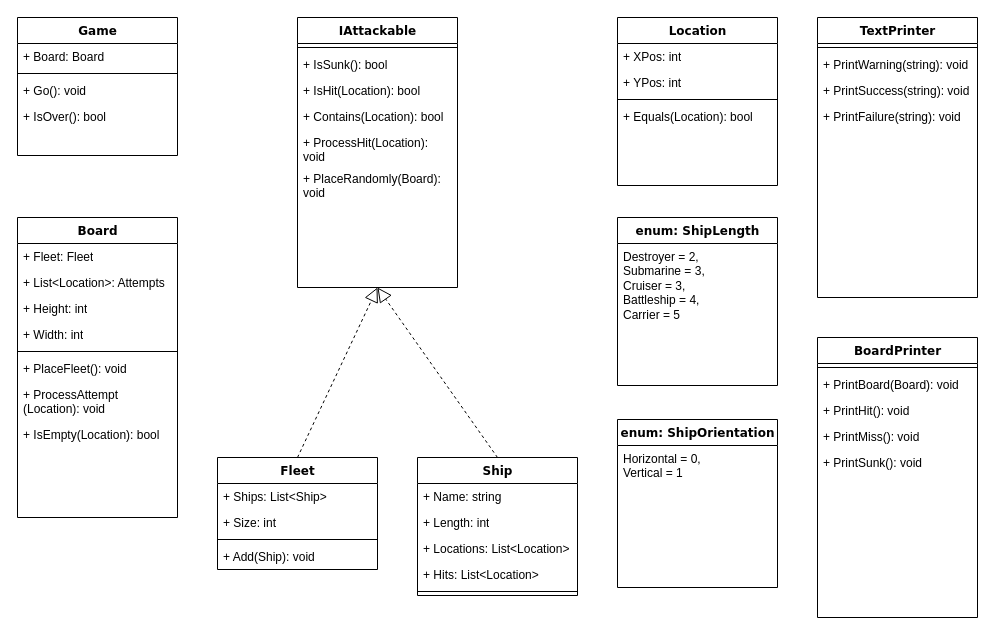
The draw.io diagram BattleshipCSharp/Class Diagram.drawio in davidabrowning/battleship-csharp, before the edit. Source tidied: cells renumbered, new cells numbered last; positions are measured from the earlier drawing's top-left corner, leaving out a move shared by most shapes. Both pictures are drawn from the tidied source at 100%, with x=0, y=0 at pixel (17, 17).
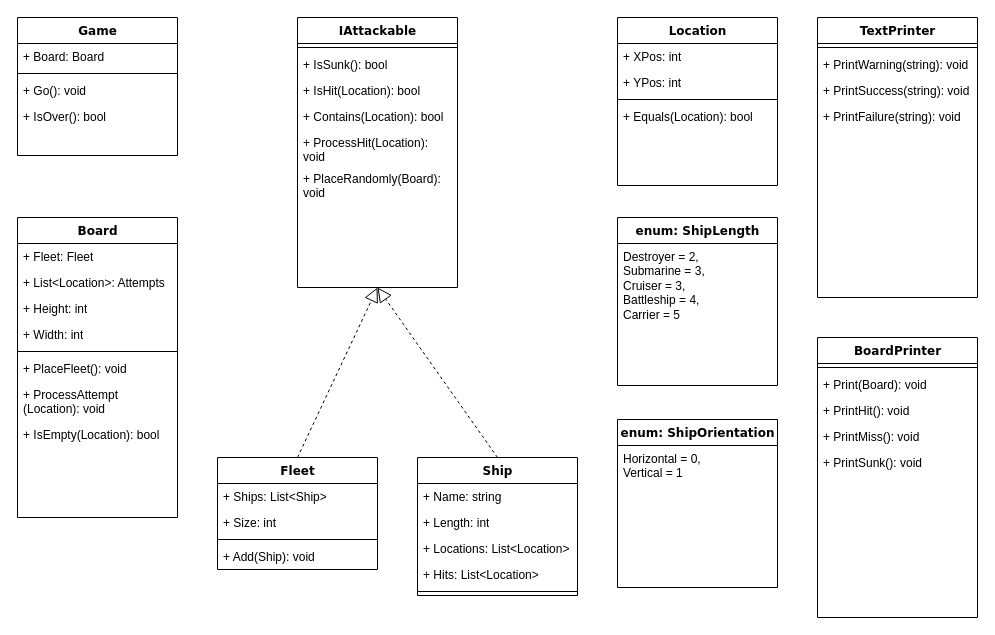
After the change.

Unchanged cells that the change refers to:
```xml
<mxCell id="46" value="BoardPrinter" style="swimlane;html=1;fontStyle=1;align=center;verticalAlign=top;horizontal=1;startSize=26;swimlaneFillColor=#ffffff;rounded=0;shadow=0;comic=0;labelBackgroundColor=none;strokeWidth=1;fillColor=none;fontFamily=Verdana;fontSize=12;" parent="1" vertex="1">
  <mxGeometry x="800" y="320" width="160" height="280" as="geometry" />
</mxCell>
```

Change to the diagram source:
```diff
@@
-    <mxCell id="48" value="+ PrintBoard(Board): void" style="text;html=1;strokeColor=none;fillColor=none;align=left;verticalAlign=top;spacingLeft=4;spacingRight=4;whiteSpace=wrap;overflow=hidden;" parent="46" vertex="1">
+    <mxCell id="48" value="+ Print(Board): void" style="text;html=1;strokeColor=none;fillColor=none;align=left;verticalAlign=top;spacingLeft=4;spacingRight=4;whiteSpace=wrap;overflow=hidden;" parent="46" vertex="1">
       <mxGeometry y="34" width="160" height="26" as="geometry" />
     </mxCell>
```
